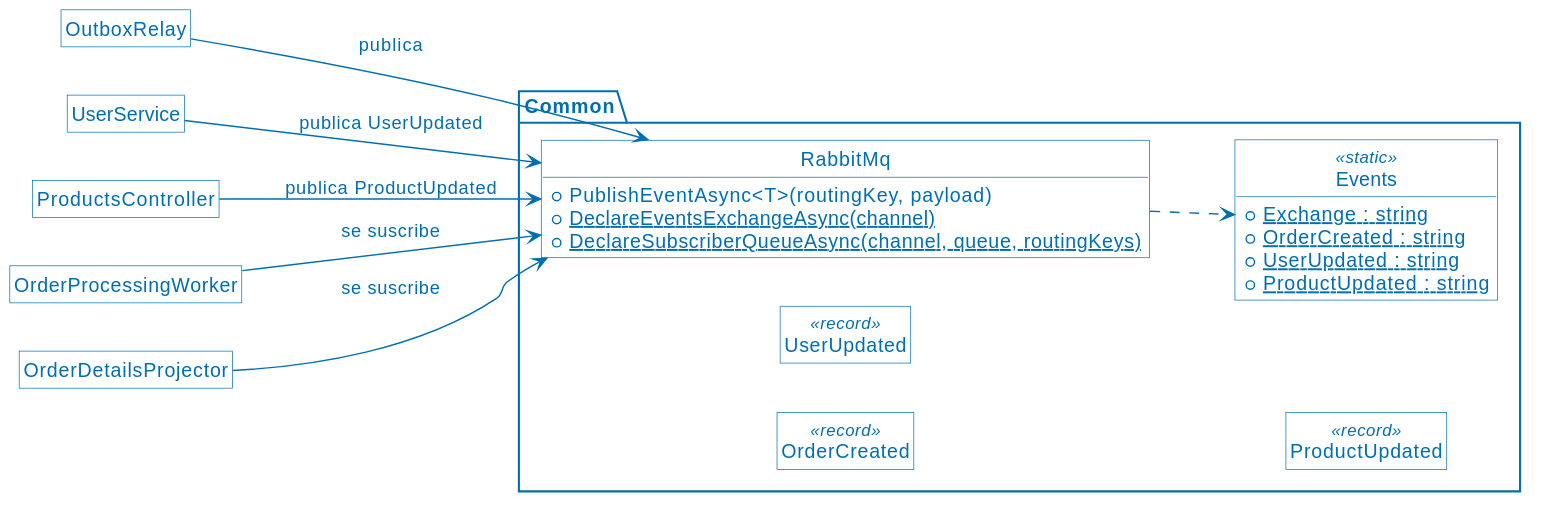
This is assets/14-publisher-subscriber-clases.svg from ucudal/ANDIS2_UT4_DEMO1, a PlantUML export, as it was before one commit. Source of this version:
```plantuml
@startuml
!include PlantUML.style
hide empty members
hide circle
left to right direction
package Common {
  class Events <<static>> {
    {static} +Exchange : string
    {static} +OrderCreated : string
    {static} +UserUpdated : string
    {static} +ProductUpdated : string
  }
  class RabbitMq {
    +PublishEventAsync<T>(routingKey, payload)
    {static} +DeclareEventsExchangeAsync(channel)
    {static} +DeclareSubscriberQueueAsync(channel, queue, routingKeys)
  }
  class OrderCreated <<record>>
  class UserUpdated <<record>>
  class ProductUpdated <<record>>
}
class OutboxRelay
class UserService
class ProductsController
class OrderProcessingWorker
class OrderDetailsProjector

OutboxRelay --> RabbitMq : publica
UserService --> RabbitMq : publica UserUpdated
ProductsController --> RabbitMq : publica ProductUpdated
OrderProcessingWorker --> RabbitMq : se suscribe
OrderDetailsProjector --> RabbitMq : se suscribe
RabbitMq ..> Events
@enduml
```
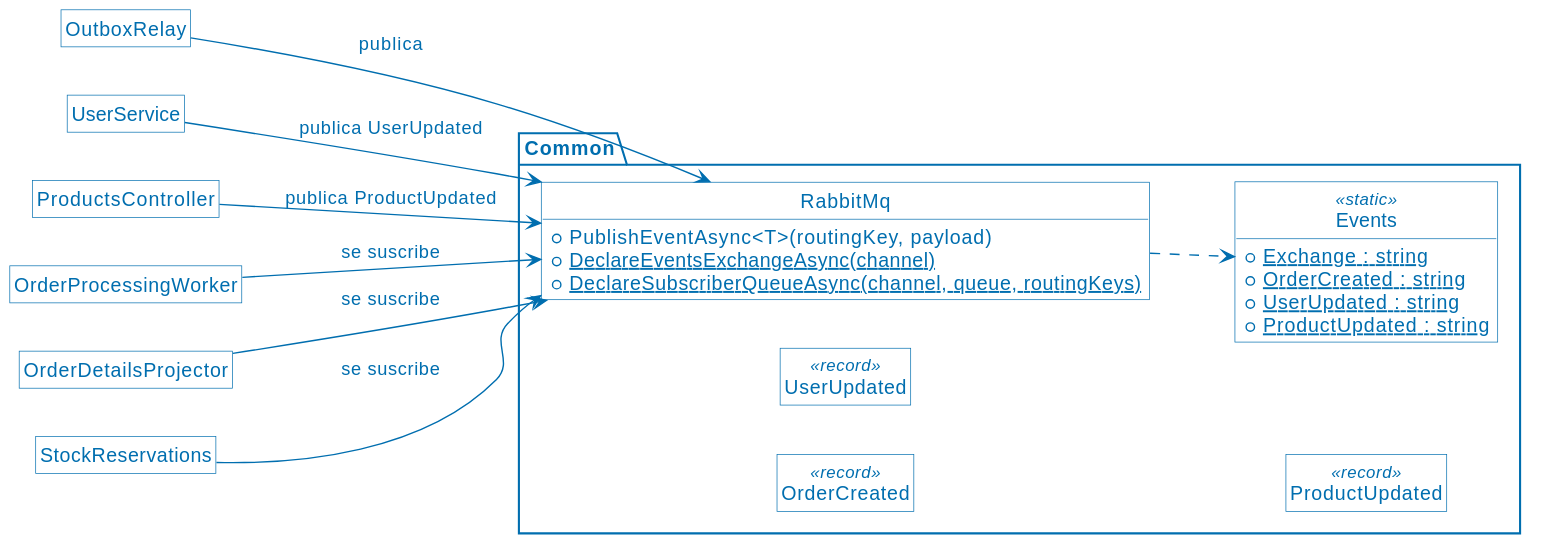
After the change.

Diff of the diagram source:
```diff
@@ -24,11 +24,13 @@
 class ProductsController
 class OrderProcessingWorker
 class OrderDetailsProjector
+class StockReservations
 
 OutboxRelay --> RabbitMq : publica
 UserService --> RabbitMq : publica UserUpdated
 ProductsController --> RabbitMq : publica ProductUpdated
 OrderProcessingWorker --> RabbitMq : se suscribe
 OrderDetailsProjector --> RabbitMq : se suscribe
+StockReservations --> RabbitMq : se suscribe
 RabbitMq ..> Events
 @enduml
```
